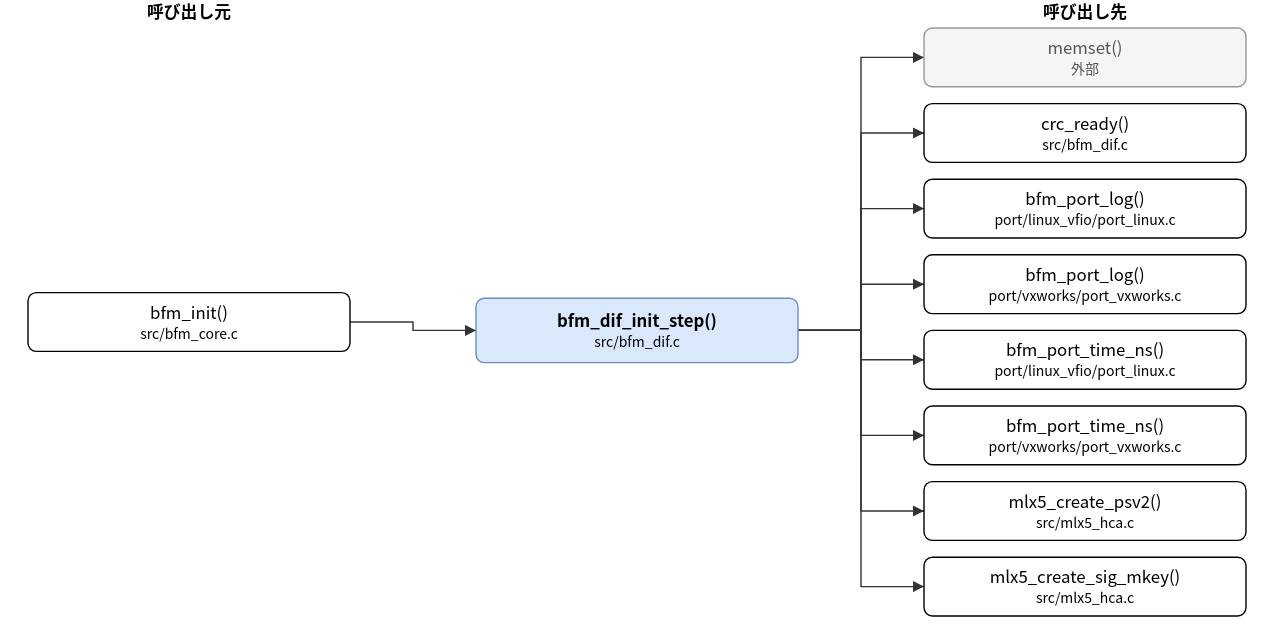
hf355051012-ai/bfmem keeps this draw.io diagram as doc/spec/images/call_src_bfm_dif-bfm_dif_init_step.drawio.svg. Above is the earlier version. Source tidied: cells renumbered, new cells last; positions are measured from the earlier drawing's top-left corner, leaving out a move shared by most shapes.
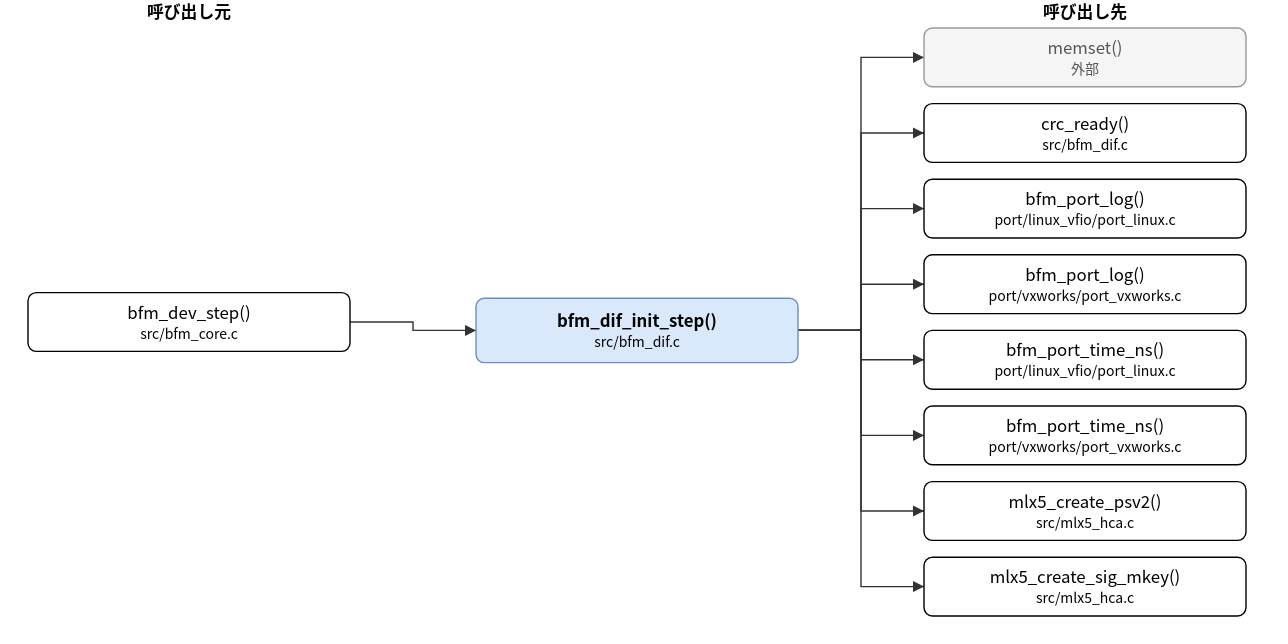
Above is the later version.

Change to the diagram source:
```diff
@@ -5,7 +5,7 @@
     <mxCell id="2" value="bfm_dif_init_step()&lt;br&gt;&lt;font style=&quot;font-size:10px&quot;&gt;src/bfm_dif.c&lt;/font&gt;" style="rounded=1;whiteSpace=wrap;html=1;fillColor=#dae8fc;strokeColor=#6c8ebf;fontStyle=1;" parent="1" vertex="1">
       <mxGeometry x="320" y="213" width="230" height="46" as="geometry" />
     </mxCell>
-    <mxCell id="3" value="bfm_init()&lt;br&gt;&lt;font style=&quot;font-size:10px&quot;&gt;src/bfm_core.c&lt;/font&gt;" style="rounded=1;whiteSpace=wrap;html=1;" parent="1" vertex="1">
+    <mxCell id="3" value="bfm_dev_step()&lt;br&gt;&lt;font style=&quot;font-size:10px&quot;&gt;src/bfm_core.c&lt;/font&gt;" style="rounded=1;whiteSpace=wrap;html=1;" parent="1" vertex="1">
       <mxGeometry y="209" width="230" height="42" as="geometry" />
     </mxCell>
     <mxCell id="4" value="memset()&lt;br&gt;&lt;font style=&quot;font-size:10px&quot;&gt;外部&lt;/font&gt;" style="rounded=1;whiteSpace=wrap;html=1;fillColor=#f5f5f5;strokeColor=#999999;fontColor=#555555;" parent="1" vertex="1">
```
